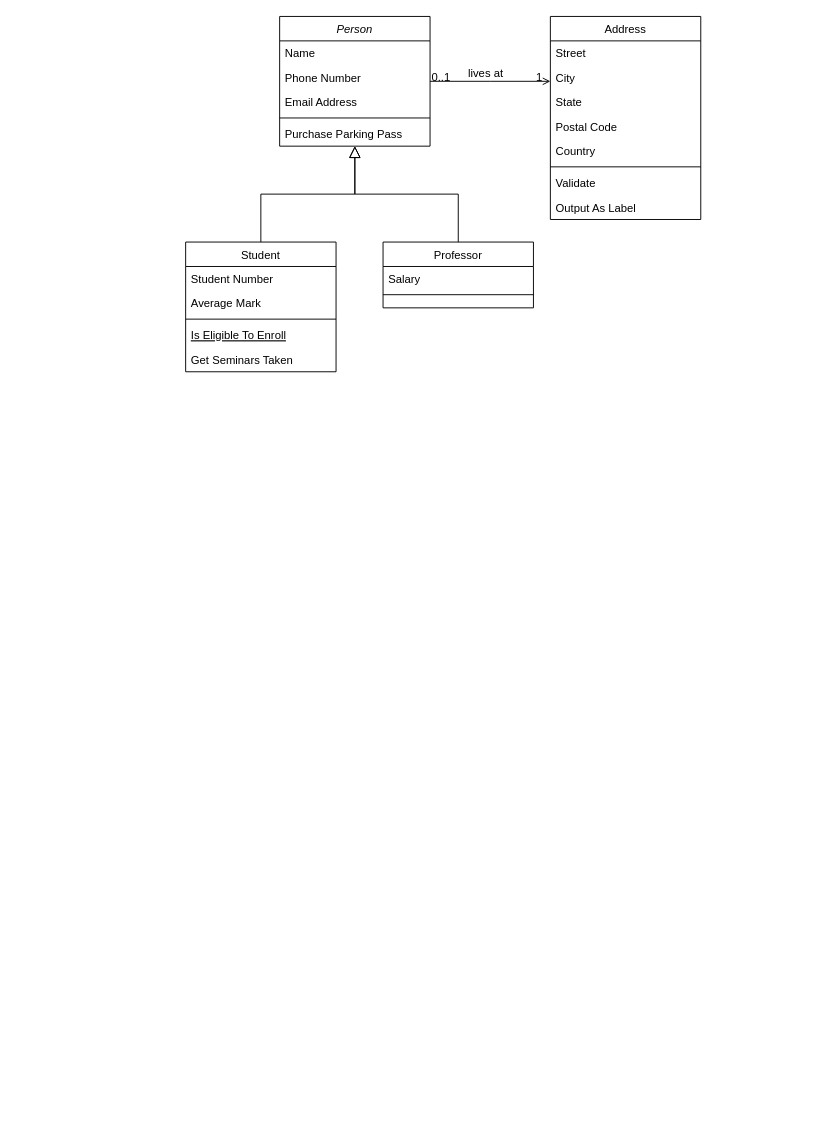
Above: pipeline类图.drawio in abasi20/drawio (draw.io), before the change. Source tidied: cells renumbered, new cells numbered last; positions are measured from the earlier drawing's top-left corner, leaving out a move shared by most shapes. Both pictures are drawn from the tidied source at 94%, with x=0, y=0 at pixel (185, 16).
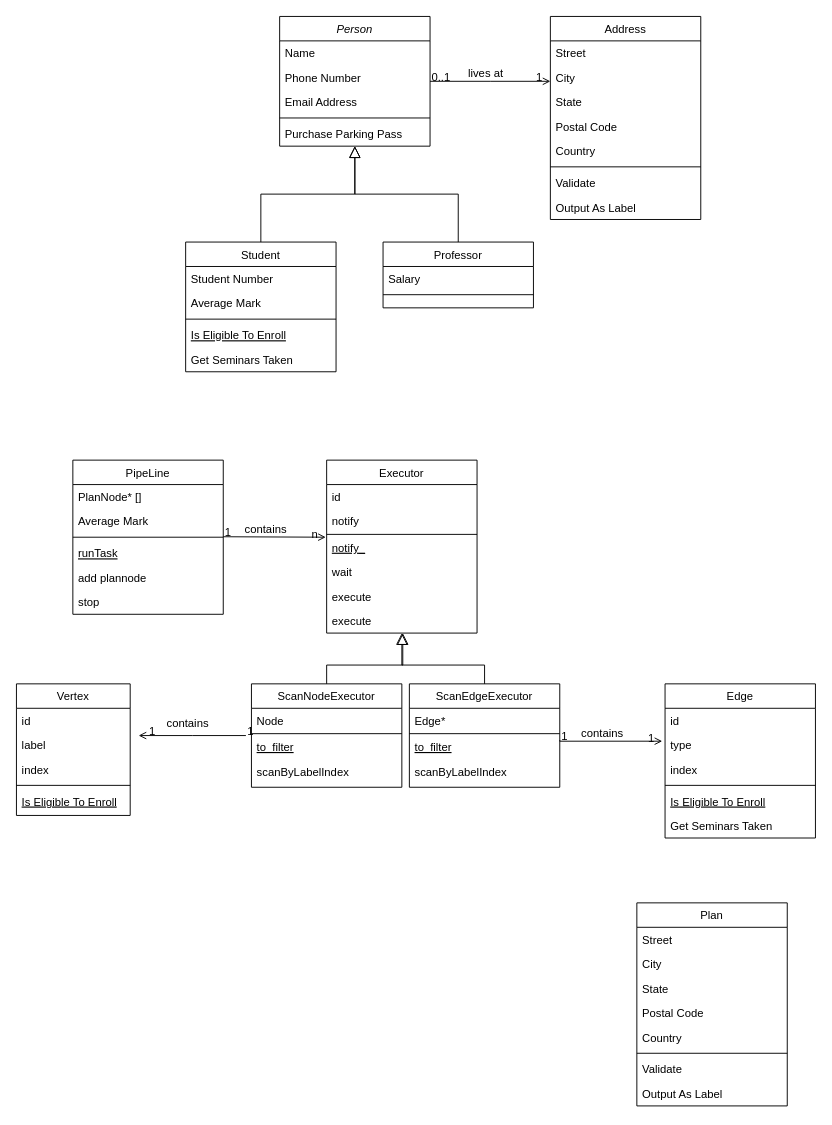
Above is the later version.

What changed in the source:
```diff
@@
+    <mxCell id="32" value="Executor" style="swimlane;fontStyle=0;align=center;verticalAlign=top;horizontal=1;startSize=26;rounded=0;shadow=0;strokeWidth=1;" parent="1" vertex="1">
+      <mxGeometry x="150" y="472" width="160" height="184" as="geometry" />
+    </mxCell>
+    <mxCell id="33" value="id" style="text;align=left;verticalAlign=top;spacingLeft=4;spacingRight=4;overflow=hidden;" parent="32" vertex="1">
+      <mxGeometry y="26" width="160" height="26" as="geometry" />
+    </mxCell>
+    <mxCell id="34" value="notify" style="text;align=left;verticalAlign=top;spacingLeft=4;spacingRight=4;overflow=hidden;rounded=0;shadow=0;html=0;" parent="32" vertex="1">
+      <mxGeometry y="52" width="160" height="26" as="geometry" />
+    </mxCell>
+    <mxCell id="35" style="line;html=1;strokeWidth=1;align=left;verticalAlign=middle;spacingTop=-1;spacingLeft=3;spacingRight=3;labelPosition=right;" parent="32" vertex="1">
+      <mxGeometry y="78" width="160" height="2" as="geometry" />
+    </mxCell>
+    <mxCell id="36" value="notify_" style="text;align=left;verticalAlign=top;spacingLeft=4;spacingRight=4;overflow=hidden;points=[[0,0.5],[1,0.5]];portConstraint=eastwest;fontStyle=4;" parent="32" vertex="1">
+      <mxGeometry y="80" width="160" height="26" as="geometry" />
+    </mxCell>
+    <mxCell id="37" value="wait" style="text;align=left;verticalAlign=top;spacingLeft=4;spacingRight=4;overflow=hidden;" parent="32" vertex="1">
+      <mxGeometry y="106" width="160" height="26" as="geometry" />
+    </mxCell>
+    <mxCell id="38" value="execute" style="text;align=left;verticalAlign=top;spacingLeft=4;spacingRight=4;overflow=hidden;" parent="32" vertex="1">
+      <mxGeometry y="132" width="160" height="26" as="geometry" />
+    </mxCell>
+    <mxCell id="39" value="execute" style="text;align=left;verticalAlign=top;spacingLeft=4;spacingRight=4;overflow=hidden;" parent="32" vertex="1">
+      <mxGeometry y="158" width="160" height="26" as="geometry" />
+    </mxCell>
+    <mxCell id="40" value="PipeLine" style="swimlane;fontStyle=0;align=center;verticalAlign=top;horizontal=1;startSize=26;rounded=0;shadow=0;strokeWidth=1;" parent="1" vertex="1">
+      <mxGeometry x="-120" y="472" width="160" height="164" as="geometry" />
+    </mxCell>
+    <mxCell id="41" value="PlanNode* []" style="text;align=left;verticalAlign=top;spacingLeft=4;spacingRight=4;overflow=hidden;" parent="40" vertex="1">
+      <mxGeometry y="26" width="160" height="26" as="geometry" />
+    </mxCell>
+    <mxCell id="42" value="Average Mark" style="text;align=left;verticalAlign=top;spacingLeft=4;spacingRight=4;overflow=hidden;rounded=0;shadow=0;html=0;" parent="40" vertex="1">
+      <mxGeometry y="52" width="160" height="26" as="geometry" />
+    </mxCell>
+    <mxCell id="43" style="line;html=1;strokeWidth=1;align=left;verticalAlign=middle;spacingTop=-1;spacingLeft=3;spacingRight=3;labelPosition=right;" parent="40" vertex="1">
+      <mxGeometry y="78" width="160" height="8" as="geometry" />
+    </mxCell>
+    <mxCell id="44" value="runTask" style="text;align=left;verticalAlign=top;spacingLeft=4;spacingRight=4;overflow=hidden;fontStyle=4;" parent="40" vertex="1">
+      <mxGeometry y="86" width="160" height="26" as="geometry" />
+    </mxCell>
+    <mxCell id="45" value="add plannode" style="text;align=left;verticalAlign=top;spacingLeft=4;spacingRight=4;overflow=hidden;" parent="40" vertex="1">
+      <mxGeometry y="112" width="160" height="26" as="geometry" />
+    </mxCell>
+    <mxCell id="46" value="stop" style="text;align=left;verticalAlign=top;spacingLeft=4;spacingRight=4;overflow=hidden;" parent="40" vertex="1">
+      <mxGeometry y="138" width="160" height="26" as="geometry" />
+    </mxCell>
+    <mxCell id="47" value="Plan" style="swimlane;fontStyle=0;align=center;verticalAlign=top;horizontal=1;startSize=26;rounded=0;shadow=0;strokeWidth=1;" parent="1" vertex="1">
+      <mxGeometry x="480" y="943" width="160" height="216" as="geometry" />
+    </mxCell>
+    <mxCell id="48" value="Street" style="text;align=left;verticalAlign=top;spacingLeft=4;spacingRight=4;overflow=hidden;" parent="47" vertex="1">
+      <mxGeometry y="26" width="160" height="26" as="geometry" />
+    </mxCell>
+    <mxCell id="49" value="City" style="text;align=left;verticalAlign=top;spacingLeft=4;spacingRight=4;overflow=hidden;rounded=0;shadow=0;html=0;" parent="47" vertex="1">
+      <mxGeometry y="52" width="160" height="26" as="geometry" />
+    </mxCell>
+    <mxCell id="50" value="State" style="text;align=left;verticalAlign=top;spacingLeft=4;spacingRight=4;overflow=hidden;rounded=0;shadow=0;html=0;" parent="47" vertex="1">
+      <mxGeometry y="78" width="160" height="26" as="geometry" />
+    </mxCell>
+    <mxCell id="51" value="Postal Code" style="text;align=left;verticalAlign=top;spacingLeft=4;spacingRight=4;overflow=hidden;rounded=0;shadow=0;html=0;" parent="47" vertex="1">
+      <mxGeometry y="104" width="160" height="26" as="geometry" />
+    </mxCell>
+    <mxCell id="52" value="Country" style="text;align=left;verticalAlign=top;spacingLeft=4;spacingRight=4;overflow=hidden;rounded=0;shadow=0;html=0;" parent="47" vertex="1">
+      <mxGeometry y="130" width="160" height="26" as="geometry" />
+    </mxCell>
+    <mxCell id="53" style="line;html=1;strokeWidth=1;align=left;verticalAlign=middle;spacingTop=-1;spacingLeft=3;spacingRight=3;labelPosition=right;" parent="47" vertex="1">
+      <mxGeometry y="156" width="160" height="8" as="geometry" />
+    </mxCell>
+    <mxCell id="54" value="Validate" style="text;align=left;verticalAlign=top;spacingLeft=4;spacingRight=4;overflow=hidden;" parent="47" vertex="1">
+      <mxGeometry y="164" width="160" height="26" as="geometry" />
+    </mxCell>
+    <mxCell id="55" value="Output As Label" style="text;align=left;verticalAlign=top;spacingLeft=4;spacingRight=4;overflow=hidden;" parent="47" vertex="1">
+      <mxGeometry y="190" width="160" height="26" as="geometry" />
+    </mxCell>
+    <mxCell id="56" style="align=right;verticalAlign=bottom;labelBackgroundColor=none;fontSize=12;" parent="1" vertex="1">
+      <mxGeometry x="230" y="710" as="geometry" />
+    </mxCell>
+    <mxCell id="57" value="ScanNodeExecutor" style="swimlane;fontStyle=0;align=center;verticalAlign=top;horizontal=1;startSize=26;rounded=0;shadow=0;strokeWidth=1;" parent="1" vertex="1">
+      <mxGeometry x="70" y="710" width="160" height="110" as="geometry" />
+    </mxCell>
+    <mxCell id="58" value="Node" style="text;align=left;verticalAlign=top;spacingLeft=4;spacingRight=4;overflow=hidden;rounded=0;shadow=0;html=0;" parent="57" vertex="1">
+      <mxGeometry y="26" width="160" height="26" as="geometry" />
+    </mxCell>
+    <mxCell id="59" style="line;html=1;strokeWidth=1;align=left;verticalAlign=middle;spacingTop=-1;spacingLeft=3;spacingRight=3;labelPosition=right;" parent="57" vertex="1">
+      <mxGeometry y="52" width="160" height="2" as="geometry" />
+    </mxCell>
+    <mxCell id="60" value="to_filter" style="text;align=left;verticalAlign=top;spacingLeft=4;spacingRight=4;overflow=hidden;fontStyle=4;" parent="57" vertex="1">
+      <mxGeometry y="54" width="160" height="26" as="geometry" />
+    </mxCell>
+    <mxCell id="61" value="scanByLabelIndex" style="text;align=left;verticalAlign=top;spacingLeft=4;spacingRight=4;overflow=hidden;" parent="57" vertex="1">
+      <mxGeometry y="80" width="160" height="26" as="geometry" />
+    </mxCell>
+    <mxCell id="62" value="ScanEdgeExecutor" style="swimlane;fontStyle=0;align=center;verticalAlign=top;horizontal=1;startSize=26;rounded=0;shadow=0;strokeWidth=1;" parent="1" vertex="1">
+      <mxGeometry x="238" y="710" width="160" height="110" as="geometry" />
+    </mxCell>
+    <mxCell id="63" value="Edge*" style="text;align=left;verticalAlign=top;spacingLeft=4;spacingRight=4;overflow=hidden;rounded=0;shadow=0;html=0;" parent="62" vertex="1">
+      <mxGeometry y="26" width="160" height="26" as="geometry" />
+    </mxCell>
+    <mxCell id="64" style="line;html=1;strokeWidth=1;align=left;verticalAlign=middle;spacingTop=-1;spacingLeft=3;spacingRight=3;labelPosition=right;" parent="62" vertex="1">
+      <mxGeometry y="52" width="160" height="2" as="geometry" />
+    </mxCell>
+    <mxCell id="65" value="to_filter" style="text;align=left;verticalAlign=top;spacingLeft=4;spacingRight=4;overflow=hidden;fontStyle=4;" parent="62" vertex="1">
+      <mxGeometry y="54" width="160" height="26" as="geometry" />
+    </mxCell>
+    <mxCell id="66" value="scanByLabelIndex" style="text;align=left;verticalAlign=top;spacingLeft=4;spacingRight=4;overflow=hidden;" parent="62" vertex="1">
+      <mxGeometry y="80" width="160" height="26" as="geometry" />
+    </mxCell>
+    <mxCell id="67" style="endArrow=block;endSize=10;endFill=0;shadow=0;strokeWidth=1;rounded=0;edgeStyle=elbowEdgeStyle;elbow=vertical;exitX=0.5;exitY=0;exitDx=0;exitDy=0;entryX=0.5;entryY=1;entryDx=0;entryDy=0;" parent="1" edge="1" source="62" target="32">
+      <mxGeometry relative="1" as="geometry">
+        <Array as="points">
+          <mxPoint x="280" y="690" />
+        </Array>
+      </mxGeometry>
+    </mxCell>
+    <mxCell id="68" style="endArrow=block;endSize=10;endFill=0;shadow=0;strokeWidth=1;rounded=0;edgeStyle=elbowEdgeStyle;elbow=vertical;exitX=0.5;exitY=0;exitDx=0;exitDy=0;entryX=0.5;entryY=1;entryDx=0;entryDy=0;" parent="1" edge="1" source="57">
+      <mxGeometry relative="1" as="geometry">
+        <mxPoint x="231" y="656" as="targetPoint" />
+        <Array as="points">
+          <mxPoint x="281" y="690" />
+        </Array>
+      </mxGeometry>
+    </mxCell>
+    <mxCell id="69" style="endArrow=open;shadow=0;strokeWidth=1;rounded=0;endFill=1;edgeStyle=elbowEdgeStyle;elbow=vertical;entryX=-0.006;entryY=0.115;entryDx=0;entryDy=0;entryPerimeter=0;" parent="1" edge="1" target="36">
+      <mxGeometry x="0.5" y="41" relative="1" as="geometry">
+        <mxPoint x="40" y="553.5" as="sourcePoint" />
+        <mxPoint x="-40" y="32" as="offset" />
+      </mxGeometry>
+    </mxCell>
+    <mxCell id="70" value="1" style="align=left;verticalAlign=bottom;labelBackgroundColor=none;fontSize=12;" parent="69" vertex="1">
+      <mxGeometry x="-1" relative="1" as="geometry">
+        <mxPoint y="4" as="offset" />
+      </mxGeometry>
+    </mxCell>
+    <mxCell id="71" value="n" style="align=right;verticalAlign=bottom;labelBackgroundColor=none;fontSize=12;" parent="69" vertex="1">
+      <mxGeometry x="1" relative="1" as="geometry">
+        <mxPoint x="-7" y="4" as="offset" />
+      </mxGeometry>
+    </mxCell>
+    <mxCell id="72" value="contains" style="text;html=1;align=center;verticalAlign=middle;labelBackgroundColor=none;rounded=0;shadow=0;strokeWidth=1;fontSize=12;" parent="69" vertex="1">
+      <mxGeometry x="0.5" y="49" relative="1" as="geometry">
+        <mxPoint x="-38" y="40" as="offset" />
+      </mxGeometry>
+    </mxCell>
+    <mxCell id="73" value="Vertex" style="swimlane;fontStyle=0;align=center;verticalAlign=top;horizontal=1;startSize=26;rounded=0;shadow=0;strokeWidth=1;" parent="1" vertex="1">
+      <mxGeometry x="-180" y="710" width="121" height="140" as="geometry" />
+    </mxCell>
+    <mxCell id="74" value="id" style="text;align=left;verticalAlign=top;spacingLeft=4;spacingRight=4;overflow=hidden;" parent="73" vertex="1">
+      <mxGeometry y="26" width="121" height="26" as="geometry" />
+    </mxCell>
+    <mxCell id="75" value="label" style="text;align=left;verticalAlign=top;spacingLeft=4;spacingRight=4;overflow=hidden;rounded=0;shadow=0;html=0;" parent="73" vertex="1">
+      <mxGeometry y="52" width="121" height="26" as="geometry" />
+    </mxCell>
+    <mxCell id="76" value="index" style="text;align=left;verticalAlign=top;spacingLeft=4;spacingRight=4;overflow=hidden;rounded=0;shadow=0;html=0;" parent="73" vertex="1">
+      <mxGeometry y="78" width="121" height="26" as="geometry" />
+    </mxCell>
+    <mxCell id="77" style="line;html=1;strokeWidth=1;align=left;verticalAlign=middle;spacingTop=-1;spacingLeft=3;spacingRight=3;labelPosition=right;" parent="73" vertex="1">
+      <mxGeometry y="104" width="121" height="8" as="geometry" />
+    </mxCell>
+    <mxCell id="78" value="Is Eligible To Enroll" style="text;align=left;verticalAlign=top;spacingLeft=4;spacingRight=4;overflow=hidden;fontStyle=4;" parent="73" vertex="1">
+      <mxGeometry y="112" width="121" height="26" as="geometry" />
+    </mxCell>
+    <mxCell id="79" value="Edge" style="swimlane;fontStyle=0;align=center;verticalAlign=top;horizontal=1;startSize=26;rounded=0;shadow=0;strokeWidth=1;" parent="1" vertex="1">
+      <mxGeometry x="510" y="710" width="160" height="164" as="geometry" />
+    </mxCell>
+    <mxCell id="80" value="id" style="text;align=left;verticalAlign=top;spacingLeft=4;spacingRight=4;overflow=hidden;" parent="79" vertex="1">
+      <mxGeometry y="26" width="160" height="26" as="geometry" />
+    </mxCell>
+    <mxCell id="81" value="type" style="text;align=left;verticalAlign=top;spacingLeft=4;spacingRight=4;overflow=hidden;rounded=0;shadow=0;html=0;" parent="79" vertex="1">
+      <mxGeometry y="52" width="160" height="26" as="geometry" />
+    </mxCell>
+    <mxCell id="82" value="index" style="text;align=left;verticalAlign=top;spacingLeft=4;spacingRight=4;overflow=hidden;rounded=0;shadow=0;html=0;" parent="79" vertex="1">
+      <mxGeometry y="78" width="160" height="26" as="geometry" />
+    </mxCell>
+    <mxCell id="83" style="line;html=1;strokeWidth=1;align=left;verticalAlign=middle;spacingTop=-1;spacingLeft=3;spacingRight=3;labelPosition=right;" parent="79" vertex="1">
+      <mxGeometry y="104" width="160" height="8" as="geometry" />
+    </mxCell>
+    <mxCell id="84" value="Is Eligible To Enroll" style="text;align=left;verticalAlign=top;spacingLeft=4;spacingRight=4;overflow=hidden;fontStyle=4;" parent="79" vertex="1">
+      <mxGeometry y="112" width="160" height="26" as="geometry" />
+    </mxCell>
+    <mxCell id="85" value="Get Seminars Taken" style="text;align=left;verticalAlign=top;spacingLeft=4;spacingRight=4;overflow=hidden;" parent="79" vertex="1">
+      <mxGeometry y="138" width="160" height="26" as="geometry" />
+    </mxCell>
+    <mxCell id="86" style="endArrow=open;shadow=0;strokeWidth=1;rounded=0;endFill=1;edgeStyle=elbowEdgeStyle;elbow=vertical;exitX=-0.012;exitY=0.038;exitDx=0;exitDy=0;exitPerimeter=0;" parent="1" edge="1">
+      <mxGeometry x="0.5" y="41" relative="1" as="geometry">
+        <mxPoint x="64.1" y="765" as="sourcePoint" />
+        <mxPoint x="-50" y="765" as="targetPoint" />
+        <mxPoint x="-40" y="32" as="offset" />
+      </mxGeometry>
+    </mxCell>
+    <mxCell id="87" value="1" style="align=left;verticalAlign=bottom;labelBackgroundColor=none;fontSize=12;" parent="86" vertex="1">
+      <mxGeometry x="-1" relative="1" as="geometry">
+        <mxPoint y="4" as="offset" />
+      </mxGeometry>
+    </mxCell>
+    <mxCell id="88" value="1" style="align=right;verticalAlign=bottom;labelBackgroundColor=none;fontSize=12;" parent="86" vertex="1">
+      <mxGeometry x="1" relative="1" as="geometry">
+        <mxPoint x="19" y="4" as="offset" />
+      </mxGeometry>
+    </mxCell>
+    <mxCell id="89" value="contains" style="text;html=1;align=center;verticalAlign=middle;labelBackgroundColor=none;rounded=0;shadow=0;strokeWidth=1;fontSize=12;" parent="1" vertex="1">
+      <mxGeometry x="10" y="680" as="geometry">
+        <mxPoint x="-9" y="71" as="offset" />
+      </mxGeometry>
+    </mxCell>
+    <mxCell id="90" style="endArrow=open;shadow=0;strokeWidth=1;rounded=0;endFill=1;edgeStyle=elbowEdgeStyle;elbow=vertical;entryX=-0.006;entryY=0.115;entryDx=0;entryDy=0;entryPerimeter=0;" parent="1" edge="1">
+      <mxGeometry x="0.5" y="41" relative="1" as="geometry">
+        <mxPoint x="398" y="770" as="sourcePoint" />
+        <mxPoint x="507" y="771.5" as="targetPoint" />
+        <mxPoint x="-40" y="32" as="offset" />
+      </mxGeometry>
+    </mxCell>
+    <mxCell id="91" value="1" style="align=left;verticalAlign=bottom;labelBackgroundColor=none;fontSize=12;" parent="90" vertex="1">
+      <mxGeometry x="-1" relative="1" as="geometry">
+        <mxPoint y="4" as="offset" />
+      </mxGeometry>
+    </mxCell>
+    <mxCell id="92" value="1" style="align=right;verticalAlign=bottom;labelBackgroundColor=none;fontSize=12;" parent="90" vertex="1">
+      <mxGeometry x="1" relative="1" as="geometry">
+        <mxPoint x="-7" y="4" as="offset" />
+      </mxGeometry>
+    </mxCell>
+    <mxCell id="93" value="contains" style="text;html=1;align=center;verticalAlign=middle;labelBackgroundColor=none;rounded=0;shadow=0;strokeWidth=1;fontSize=12;" parent="90" vertex="1">
+      <mxGeometry x="0.5" y="49" relative="1" as="geometry">
+        <mxPoint x="-38" y="40" as="offset" />
+      </mxGeometry>
+    </mxCell>
```
